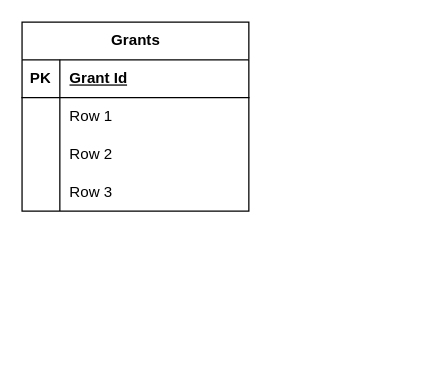
thomas-lange-dk/Grants keeps this draw.io diagram as Unavngivet diagram.drawio. Above is the earlier version. Source tidied: cells renumbered, new cells numbered last; positions are measured from the earlier drawing's top-left corner, leaving out a move shared by most shapes. Both pictures are drawn from the tidied source at 126%, with x=0, y=0 at pixel (21, 21).
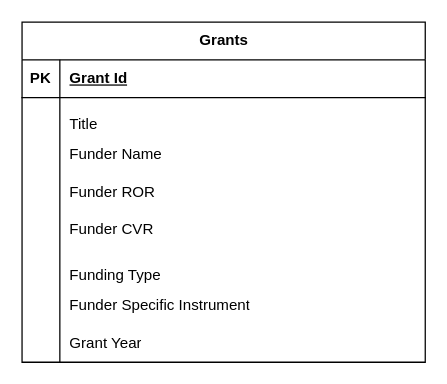
After the change.

Change to the diagram source:
```diff
@@
     <mxCell id="2" value="Grants" style="shape=table;startSize=30;childLayout=tableLayout;rowLines=0;fontStyle=1;align=center;html=1;" parent="1" vertex="1">
-      <mxGeometry width="180" height="150" as="geometry" />
+      <mxGeometry width="320" height="270" as="geometry" />
     </mxCell>
     <mxCell id="3" style="shape=tableRow;horizontal=0;startSize=0;swimlaneHead=0;swimlaneBody=0;fillColor=none;top=0;left=0;right=0;bottom=1;" parent="2" vertex="1">
-      <mxGeometry y="30" width="180" height="30" as="geometry" />
+      <mxGeometry y="30" width="320" height="30" as="geometry" />
     </mxCell>
@@
     <mxCell id="5" value="Grant Id" style="shape=partialRectangle;fillColor=none;top=0;left=0;bottom=0;right=0;align=left;spacingLeft=6;fontStyle=5;overflow=hidden;whiteSpace=wrap;html=1;" parent="3" vertex="1">
-      <mxGeometry x="30" width="150" height="30" as="geometry" />
+      <mxGeometry x="30" width="290" height="30" as="geometry" />
     </mxCell>
     <mxCell id="6" style="shape=tableRow;horizontal=0;startSize=0;swimlaneHead=0;swimlaneBody=0;fillColor=none;top=0;left=0;right=0;bottom=0;" parent="2" vertex="1">
-      <mxGeometry y="60" width="180" height="30" as="geometry" />
+      <mxGeometry y="60" width="320" height="30" as="geometry" />
     </mxCell>
@@
-    <mxCell id="8" value="Row 1" style="shape=partialRectangle;fillColor=none;top=0;left=0;bottom=0;right=0;align=left;spacingLeft=6;overflow=hidden;whiteSpace=wrap;html=1;" parent="6" vertex="1">
-      <mxGeometry x="30" width="150" height="30" as="geometry" />
+    <mxCell id="8" value="&lt;p style=&quot;margin-bottom: 0.28cm; line-height: 108%;&quot; align=&quot;left&quot; class=&quot;western&quot; lang=&quot;en-GB&quot;&gt;Title&lt;/p&gt;" style="shape=partialRectangle;fillColor=none;top=0;left=0;bottom=0;right=0;align=left;spacingLeft=6;overflow=hidden;whiteSpace=wrap;html=1;" parent="6" vertex="1">
+      <mxGeometry x="30" width="290" height="30" as="geometry" />
     </mxCell>
     <mxCell id="9" style="shape=tableRow;horizontal=0;startSize=0;swimlaneHead=0;swimlaneBody=0;fillColor=none;top=0;left=0;right=0;bottom=0;" parent="2" vertex="1">
-      <mxGeometry y="90" width="180" height="30" as="geometry" />
+      <mxGeometry y="90" width="320" height="30" as="geometry" />
     </mxCell>
@@
-    <mxCell id="11" value="Row 2" style="shape=partialRectangle;fillColor=none;top=0;left=0;bottom=0;right=0;align=left;spacingLeft=6;overflow=hidden;whiteSpace=wrap;html=1;" parent="9" vertex="1">
-      <mxGeometry x="30" width="150" height="30" as="geometry" />
+    <mxCell id="11" value="Funder Name" style="shape=partialRectangle;fillColor=none;top=0;left=0;bottom=0;right=0;align=left;spacingLeft=6;overflow=hidden;whiteSpace=wrap;html=1;" parent="9" vertex="1">
+      <mxGeometry x="30" width="290" height="30" as="geometry" />
     </mxCell>
     <mxCell id="12" style="shape=tableRow;horizontal=0;startSize=0;swimlaneHead=0;swimlaneBody=0;fillColor=none;top=0;left=0;right=0;bottom=0;" parent="2" vertex="1">
-      <mxGeometry y="120" width="180" height="30" as="geometry" />
+      <mxGeometry y="120" width="320" height="30" as="geometry" />
     </mxCell>
@@
-    <mxCell id="14" value="Row 3" style="shape=partialRectangle;fillColor=none;top=0;left=0;bottom=0;right=0;align=left;spacingLeft=6;overflow=hidden;whiteSpace=wrap;html=1;" parent="12" vertex="1">
-      <mxGeometry x="30" width="150" height="30" as="geometry" />
+    <mxCell id="14" value="Funder ROR" style="shape=partialRectangle;fillColor=none;top=0;left=0;bottom=0;right=0;align=left;spacingLeft=6;overflow=hidden;whiteSpace=wrap;html=1;" parent="12" vertex="1">
+      <mxGeometry x="30" width="290" height="30" as="geometry" />
     </mxCell>
+    <mxCell id="15" style="shape=tableRow;horizontal=0;startSize=0;swimlaneHead=0;swimlaneBody=0;fillColor=none;top=0;left=0;right=0;bottom=0;" parent="2" vertex="1">
+      <mxGeometry y="150" width="320" height="30" as="geometry" />
+    </mxCell>
+    <mxCell id="16" style="shape=partialRectangle;fillColor=none;top=0;left=0;bottom=0;right=0;overflow=hidden;whiteSpace=wrap;html=1;" parent="15" vertex="1">
+      <mxGeometry width="30" height="30" as="geometry" />
+    </mxCell>
+    <mxCell id="17" value="Funder CVR" style="shape=partialRectangle;fillColor=none;top=0;left=0;bottom=0;right=0;align=left;spacingLeft=6;overflow=hidden;whiteSpace=wrap;html=1;" parent="15" vertex="1">
+      <mxGeometry x="30" width="290" height="30" as="geometry" />
+    </mxCell>
+    <mxCell id="18" style="shape=tableRow;horizontal=0;startSize=0;swimlaneHead=0;swimlaneBody=0;fillColor=none;top=0;left=0;right=0;bottom=0;" parent="2" vertex="1">
+      <mxGeometry y="180" width="320" height="30" as="geometry" />
+    </mxCell>
+    <mxCell id="19" style="shape=partialRectangle;fillColor=none;top=0;left=0;bottom=0;right=0;overflow=hidden;whiteSpace=wrap;html=1;" parent="18" vertex="1">
+      <mxGeometry width="30" height="30" as="geometry" />
+    </mxCell>
+    <mxCell id="20" value="&lt;p style=&quot;margin-bottom: 0.28cm; line-height: 108%;&quot; align=&quot;left&quot; class=&quot;western&quot; lang=&quot;en-GB&quot;&gt;Funding Type&lt;/p&gt;" style="shape=partialRectangle;fillColor=none;top=0;left=0;bottom=0;right=0;align=left;spacingLeft=6;overflow=hidden;whiteSpace=wrap;html=1;" parent="18" vertex="1">
+      <mxGeometry x="30" width="290" height="30" as="geometry" />
+    </mxCell>
+    <mxCell id="21" style="shape=tableRow;horizontal=0;startSize=0;swimlaneHead=0;swimlaneBody=0;fillColor=none;top=0;left=0;right=0;bottom=0;" parent="2" vertex="1">
+      <mxGeometry y="210" width="320" height="30" as="geometry" />
+    </mxCell>
+    <mxCell id="22" style="shape=partialRectangle;fillColor=none;top=0;left=0;bottom=0;right=0;overflow=hidden;whiteSpace=wrap;html=1;" parent="21" vertex="1">
+      <mxGeometry width="30" height="30" as="geometry" />
+    </mxCell>
+    <mxCell id="23" value="Funder Specific Instrument" style="shape=partialRectangle;fillColor=none;top=0;left=0;bottom=0;right=0;align=left;spacingLeft=6;overflow=hidden;whiteSpace=wrap;html=1;" parent="21" vertex="1">
+      <mxGeometry x="30" width="290" height="30" as="geometry" />
+    </mxCell>
+    <mxCell id="24" style="shape=tableRow;horizontal=0;startSize=0;swimlaneHead=0;swimlaneBody=0;fillColor=none;top=0;left=0;right=0;bottom=0;" parent="2" vertex="1">
+      <mxGeometry y="240" width="320" height="30" as="geometry" />
+    </mxCell>
+    <mxCell id="25" style="shape=partialRectangle;fillColor=none;top=0;left=0;bottom=0;right=0;overflow=hidden;whiteSpace=wrap;html=1;" parent="24" vertex="1">
+      <mxGeometry width="30" height="30" as="geometry" />
+    </mxCell>
+    <mxCell id="26" value="Grant Year" style="shape=partialRectangle;fillColor=none;top=0;left=0;bottom=0;right=0;align=left;spacingLeft=6;overflow=hidden;whiteSpace=wrap;html=1;" parent="24" vertex="1">
+      <mxGeometry x="30" width="290" height="30" as="geometry" />
+    </mxCell>
```
